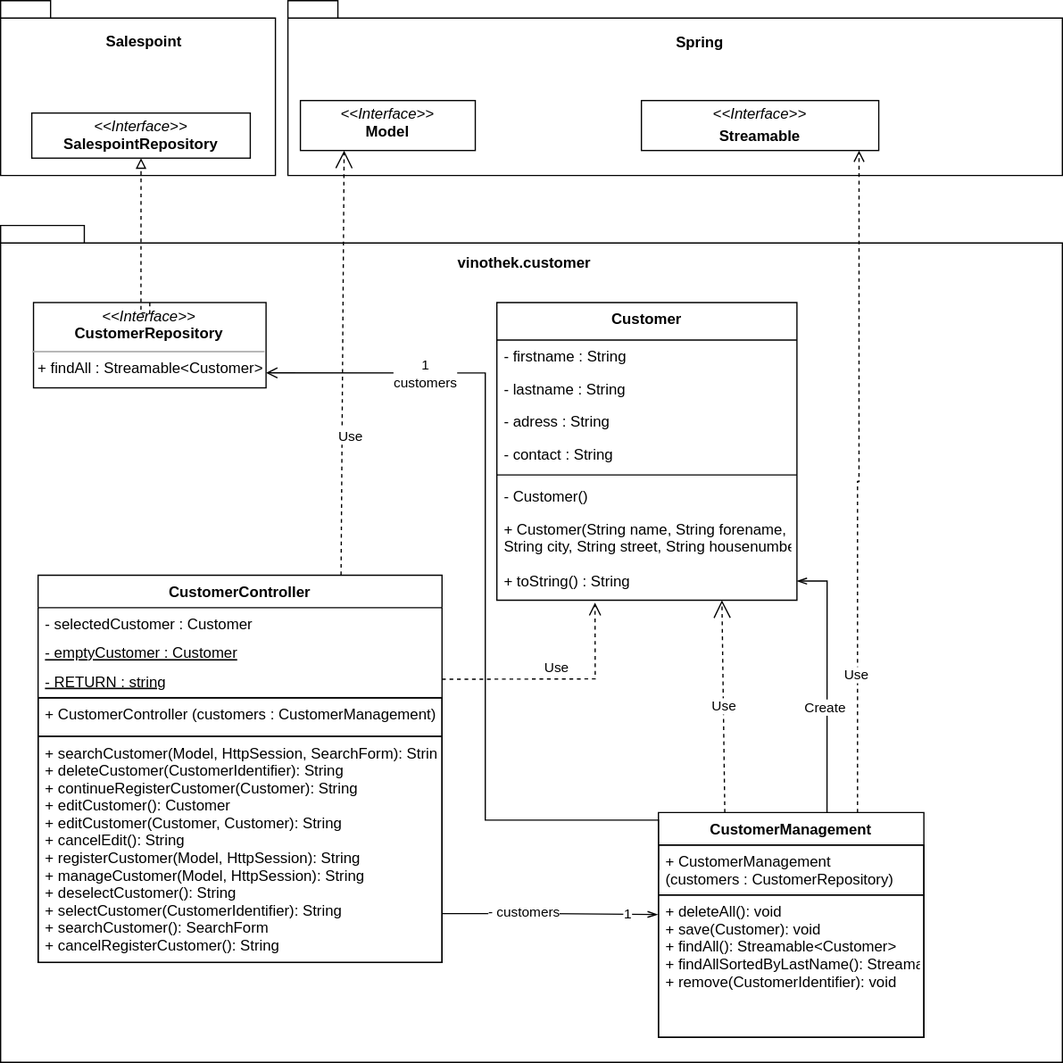
StarSkiller/Diagrams keeps this draw.io diagram as diagrams SWP/Klassendiagramm Customer.drawio.svg. Above is the earlier version. Source tidied: cells renumbered, new cells last; positions are measured from the earlier drawing's top-left corner, leaving out a move shared by most shapes.
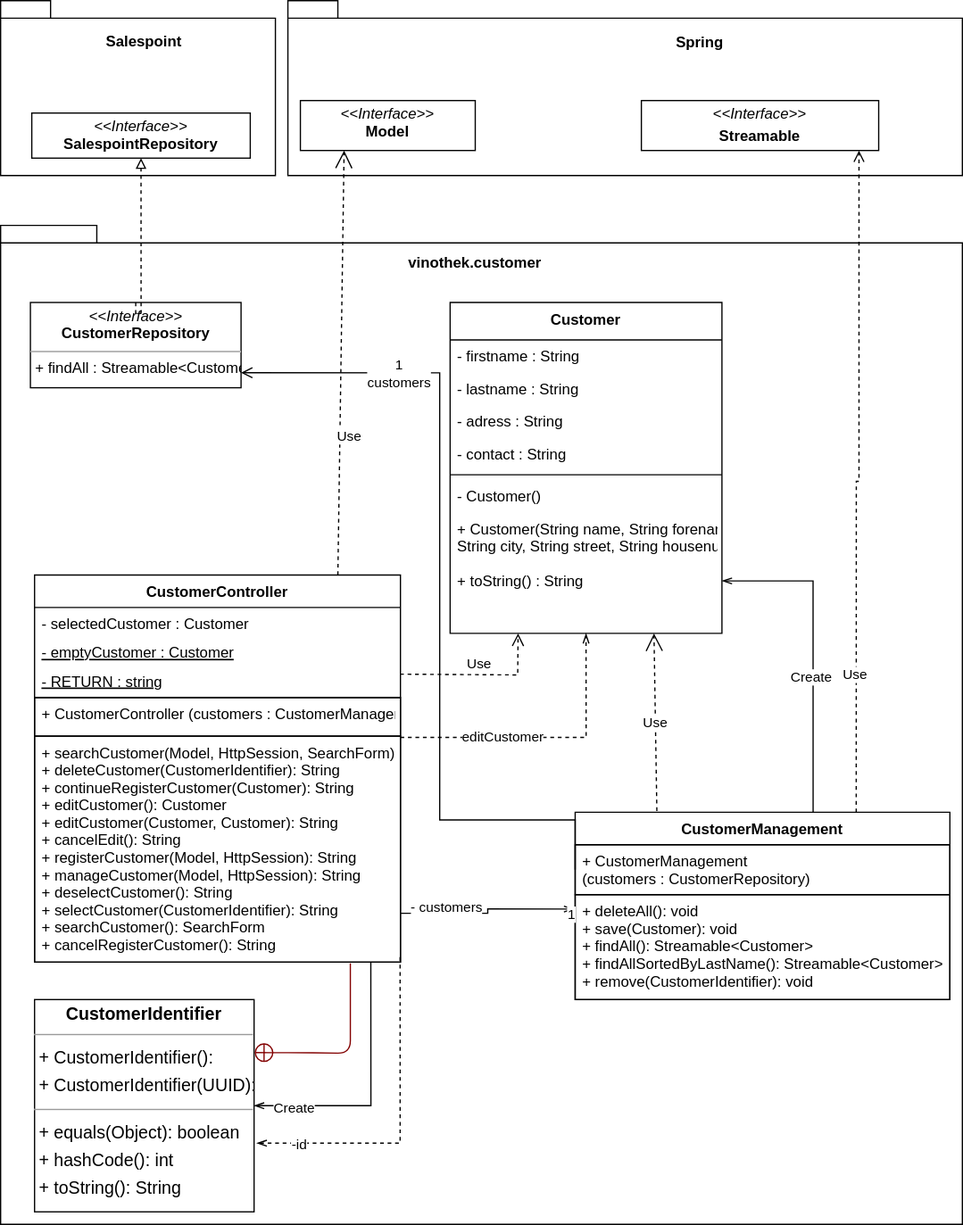
After the change.

What changed in the source:
```diff
@@ -3,7 +3,7 @@
     <mxCell id="0" />
     <mxCell id="1" parent="0" />
     <mxCell id="2" style="shape=folder;fontStyle=1;spacingTop=10;tabWidth=40;tabHeight=14;tabPosition=left;html=1;" parent="1" vertex="1">
-      <mxGeometry x="230" width="620" height="140" as="geometry" />
+      <mxGeometry x="230" width="540" height="140" as="geometry" />
     </mxCell>
     <mxCell id="3" style="shape=folder;fontStyle=1;spacingTop=10;tabWidth=40;tabHeight=14;tabPosition=left;html=1;" parent="1" vertex="1">
       <mxGeometry width="220" height="140" as="geometry" />
@@ -21,16 +21,16 @@
       <mxGeometry x="90.3" y="19.6" width="29.3" height="4.4" as="geometry" />
     </mxCell>
     <mxCell id="8" style="group;" parent="1" vertex="1">
-      <mxGeometry y="180" width="850" height="670" as="geometry" />
+      <mxGeometry y="180" width="770" height="800" as="geometry" />
     </mxCell>
     <mxCell id="9" style="shape=folder;fontStyle=1;spacingTop=10;tabWidth=40;tabHeight=14;tabPosition=left;html=1;" parent="8" vertex="1">
-      <mxGeometry width="850" height="670" as="geometry" />
+      <mxGeometry width="770" height="800" as="geometry" />
     </mxCell>
     <mxCell id="10" value="vinothek.customer" style="text;align=center;fontStyle=1;verticalAlign=middle;spacingLeft=3;spacingRight=3;strokeColor=none;" parent="8" vertex="1">
-      <mxGeometry x="386.1" y="17.6" width="66.7" height="22.9" as="geometry" />
+      <mxGeometry x="349.8" y="17.6" width="60.4" height="22.9" as="geometry" />
     </mxCell>
     <mxCell id="11" value="&lt;p style=&quot;margin:0px;margin-top:4px;text-align:center;&quot;&gt;&lt;i&gt;&amp;lt;&amp;lt;Interface&amp;gt;&amp;gt;&lt;/i&gt;&lt;br&gt;&lt;b&gt;CustomerRepository&lt;/b&gt;&lt;/p&gt;&lt;hr size=&quot;1&quot;&gt;&lt;p style=&quot;margin:0px;margin-left:4px;&quot;&gt;&lt;/p&gt;&lt;p style=&quot;margin:0px;margin-left:4px;&quot;&gt;+ findAll : Streamable&amp;lt;Customer&amp;gt;&lt;br&gt;&lt;/p&gt;" style="verticalAlign=top;align=left;overflow=fill;fontSize=12;fontFamily=Helvetica;html=1;" parent="8" vertex="1">
-      <mxGeometry x="26.3" y="61.7" width="186.2" height="68.3" as="geometry" />
+      <mxGeometry x="23.9" y="61.7" width="168.6" height="68.3" as="geometry" />
     </mxCell>
     <mxCell id="12" style="edgeStyle=orthogonalEdgeStyle;rounded=0;jettySize=auto;html=1;entryX=1;entryY=0.5;entryDx=0;entryDy=0;strokeColor=default;endArrow=openThin;endFill=0;exitX=0.635;exitY=0.009;exitDx=0;exitDy=0;exitPerimeter=0;" parent="8" edge="1" source="14" target="27">
       <mxGeometry relative="1" as="geometry" />
@@ -41,20 +41,20 @@
       </mxGeometry>
     </mxCell>
     <mxCell id="14" value="CustomerManagement" style="swimlane;fontStyle=1;align=center;verticalAlign=top;horizontal=1;startSize=26;rounded=0;shadow=0;strokeWidth=1;" parent="8" vertex="1">
-      <mxGeometry x="526.6" y="470" width="212.5" height="180" as="geometry" />
+      <mxGeometry x="460" y="470" width="300" height="150" as="geometry" />
     </mxCell>
     <mxCell id="15" value="+ CustomerManagement&#10;(customers : CustomerRepository)" style="text;align=left;verticalAlign=top;spacingLeft=4;spacingRight=4;overflow=hidden;points=[[0,0.5],[1,0.5]];portConstraint=eastwest;strokeColor=default;" parent="14" vertex="1">
-      <mxGeometry y="26" width="212.5" height="40" as="geometry" />
+      <mxGeometry y="26" width="300" height="40" as="geometry" />
     </mxCell>
     <mxCell id="16" value="+ deleteAll(): void&#10;+ save(Customer): void&#10;+ findAll(): Streamable&lt;Customer&gt;&#10;+ findAllSortedByLastName(): Streamable&lt;Customer&gt;&#10;+ remove(CustomerIdentifier): void&#10;" style="text;align=left;verticalAlign=top;spacingLeft=4;spacingRight=4;overflow=hidden;points=[[0,0.5],[1,0.5]];portConstraint=eastwest;strokeColor=default;" parent="14" vertex="1">
-      <mxGeometry y="66" width="212.5" height="114" as="geometry" />
+      <mxGeometry y="66" width="300" height="84" as="geometry" />
     </mxCell>
     <mxCell id="17" style="edgeStyle=orthogonalEdgeStyle;rounded=0;jettySize=auto;html=1;exitX=0;exitY=0.5;exitDx=0;exitDy=0;endArrow=open;endFill=0;endSize=7;" parent="8" edge="1" source="15">
       <mxGeometry relative="1" as="geometry">
-        <mxPoint x="212.5" y="118" as="targetPoint" />
+        <mxPoint x="192.5" y="118" as="targetPoint" />
         <Array as="points">
-          <mxPoint x="388" y="476" />
-          <mxPoint x="388" y="118" />
+          <mxPoint x="351.5" y="476" />
+          <mxPoint x="351.5" y="118" />
         </Array>
       </mxGeometry>
     </mxCell>
@@ -64,33 +64,33 @@
       </mxGeometry>
     </mxCell>
     <mxCell id="19" value="Customer" style="swimlane;fontStyle=1;align=center;verticalAlign=top;horizontal=1;startSize=30;rounded=0;shadow=0;strokeWidth=1;" parent="8" vertex="1">
-      <mxGeometry x="397.3" y="61.7" width="240.2" height="238.3" as="geometry" />
+      <mxGeometry x="359.9" y="61.7" width="217.6" height="265" as="geometry" />
     </mxCell>
     <mxCell id="20" value="- firstname : String" style="text;align=left;verticalAlign=top;spacingLeft=4;spacingRight=4;overflow=hidden;" parent="19" vertex="1">
-      <mxGeometry y="30" width="240.2" height="26" as="geometry" />
+      <mxGeometry y="30" width="217.6" height="26" as="geometry" />
     </mxCell>
     <mxCell id="21" value="- lastname : String" style="text;align=left;verticalAlign=top;spacingLeft=4;spacingRight=4;overflow=hidden;rounded=0;shadow=0;html=0;" parent="19" vertex="1">
-      <mxGeometry y="56" width="240.2" height="26" as="geometry" />
+      <mxGeometry y="56" width="217.6" height="26" as="geometry" />
     </mxCell>
     <mxCell id="22" value="- adress : String" style="text;align=left;verticalAlign=top;spacingLeft=4;spacingRight=4;overflow=hidden;rounded=0;shadow=0;html=0;" parent="19" vertex="1">
-      <mxGeometry y="82" width="240.2" height="26" as="geometry" />
+      <mxGeometry y="82" width="217.6" height="26" as="geometry" />
     </mxCell>
     <mxCell id="23" value="- contact : String" style="text;align=left;verticalAlign=top;spacingLeft=4;spacingRight=4;overflow=hidden;rounded=0;shadow=0;html=0;" parent="19" vertex="1">
-      <mxGeometry y="108" width="240.2" height="26" as="geometry" />
+      <mxGeometry y="108" width="217.6" height="26" as="geometry" />
     </mxCell>
     <mxCell id="24" style="line;html=1;strokeWidth=1;align=left;verticalAlign=middle;spacingTop=-1;spacingLeft=3;spacingRight=3;labelPosition=right;" parent="19" vertex="1">
-      <mxGeometry y="134" width="240.2" height="8" as="geometry" />
+      <mxGeometry y="134" width="217.6" height="8" as="geometry" />
     </mxCell>
     <mxCell id="25" value="- Customer()" style="text;align=left;verticalAlign=top;spacingLeft=4;spacingRight=4;overflow=hidden;rounded=0;shadow=0;html=0;" parent="19" vertex="1">
-      <mxGeometry y="142" width="240.2" height="26" as="geometry" />
+      <mxGeometry y="142" width="217.6" height="26" as="geometry" />
     </mxCell>
     <mxCell id="26" value="+ Customer(String name, String forename, &#10;String city, String street, String housenumber)" style="text;align=left;verticalAlign=top;spacingLeft=4;spacingRight=4;overflow=hidden;" parent="19" vertex="1">
-      <mxGeometry y="168" width="240.2" height="42" as="geometry" />
+      <mxGeometry y="168" width="217.6" height="42" as="geometry" />
     </mxCell>
     <mxCell id="27" value="+ toString() : String" style="text;align=left;verticalAlign=top;spacingLeft=4;spacingRight=4;overflow=hidden;points=[[0,0.5],[1,0.5]];portConstraint=eastwest;rounded=0;shadow=0;html=0;" parent="19" vertex="1">
-      <mxGeometry y="210" width="240.2" height="26" as="geometry" />
+      <mxGeometry y="210" width="217.6" height="26" as="geometry" />
     </mxCell>
-    <mxCell id="28" value="Use" style="endArrow=open;endSize=12;dashed=1;html=1;rounded=0;exitX=0.25;exitY=0;exitDx=0;exitDy=0;entryX=0.75;entryY=1;entryDx=0;entryDy=0;" parent="8" edge="1" source="14" target="19">
+    <mxCell id="28" value="Use" style="endArrow=open;endSize=12;dashed=1;html=1;rounded=0;exitX=0.218;exitY=-0.007;exitDx=0;exitDy=0;entryX=0.75;entryY=1;entryDx=0;entryDy=0;exitPerimeter=0;" parent="8" edge="1" source="14" target="19">
       <mxGeometry relative="1" as="geometry" />
     </mxCell>
     <mxCell id="29" style="edgeStyle=orthogonalEdgeStyle;rounded=0;jettySize=auto;html=1;exitX=1;exitY=0.784;exitDx=0;exitDy=0;entryX=-0.003;entryY=0.137;entryDx=0;entryDy=0;strokeColor=default;endArrow=openThin;endFill=0;exitPerimeter=0;entryPerimeter=0;" parent="8" edge="1" source="38" target="16">
@@ -107,36 +107,81 @@
       </mxGeometry>
     </mxCell>
     <mxCell id="32" style="group;" parent="8" vertex="1">
-      <mxGeometry x="30" y="280" width="323.4" height="310" as="geometry" />
+      <mxGeometry x="27.2" y="280" width="292.9" height="310" as="geometry" />
     </mxCell>
     <mxCell id="33" value="CustomerController" style="swimlane;fontStyle=1;align=center;verticalAlign=top;horizontal=1;startSize=26;rounded=0;shadow=0;strokeWidth=1;" parent="32" vertex="1">
-      <mxGeometry width="323.4" height="310" as="geometry" />
+      <mxGeometry width="292.9" height="310" as="geometry" />
     </mxCell>
     <mxCell id="34" value="- selectedCustomer : Customer" style="text;align=left;verticalAlign=top;spacingLeft=4;spacingRight=4;overflow=hidden;rounded=0;shadow=0;html=0;" parent="33" vertex="1">
-      <mxGeometry y="26" width="323.4" height="22.9" as="geometry" />
+      <mxGeometry y="26" width="292.9" height="22.9" as="geometry" />
     </mxCell>
     <mxCell id="35" value="- emptyCustomer : Customer" style="text;align=left;verticalAlign=top;spacingLeft=4;spacingRight=4;overflow=hidden;rounded=0;shadow=0;html=0;fontStyle=4;" parent="33" vertex="1">
-      <mxGeometry y="48.9" width="323.4" height="22.9" as="geometry" />
+      <mxGeometry y="48.9" width="292.9" height="22.9" as="geometry" />
     </mxCell>
     <mxCell id="36" value="- RETURN : string" style="text;align=left;verticalAlign=top;spacingLeft=4;spacingRight=4;overflow=hidden;points=[[0,0.5],[1,0.5]];portConstraint=eastwest;rounded=0;shadow=0;html=0;fontStyle=4;" parent="33" vertex="1">
-      <mxGeometry y="71.8" width="323.4" height="22.9" as="geometry" />
+      <mxGeometry y="71.8" width="292.9" height="22.9" as="geometry" />
     </mxCell>
     <mxCell id="37" style="line;html=1;strokeWidth=1;align=left;verticalAlign=middle;spacingTop=-1;spacingLeft=3;spacingRight=3;labelPosition=right;" parent="33" vertex="1">
-      <mxGeometry y="94.8" width="323.4" height="7.1" as="geometry" />
+      <mxGeometry y="94.8" width="292.9" height="7.1" as="geometry" />
     </mxCell>
     <mxCell id="38" value="+ searchCustomer(Model, HttpSession, SearchForm): String&#10;+ deleteCustomer(CustomerIdentifier): String&#10;+ continueRegisterCustomer(Customer): String&#10;+ editCustomer(): Customer&#10;+ editCustomer(Customer, Customer): String&#10;+ cancelEdit(): String&#10;+ registerCustomer(Model, HttpSession): String&#10;+ manageCustomer(Model, HttpSession): String&#10;+ deselectCustomer(): String&#10;+ selectCustomer(CustomerIdentifier): String&#10;+ searchCustomer(): SearchForm&#10;+ cancelRegisterCustomer(): String" style="text;align=left;verticalAlign=top;spacingLeft=4;spacingRight=4;overflow=hidden;points=[[0,0.5],[1,0.5]];portConstraint=eastwest;rounded=0;shadow=0;html=0;strokeColor=default;" parent="32" vertex="1">
-      <mxGeometry y="129" width="323.4" height="181" as="geometry" />
+      <mxGeometry y="129" width="292.9" height="181" as="geometry" />
     </mxCell>
     <mxCell id="39" value="+ CustomerController (customers : CustomerManagement)" style="text;align=left;verticalAlign=top;spacingLeft=4;spacingRight=4;overflow=hidden;fontStyle=0;strokeColor=default;" parent="32" vertex="1">
-      <mxGeometry y="98" width="323.4" height="31" as="geometry" />
+      <mxGeometry y="98" width="292.9" height="31" as="geometry" />
     </mxCell>
-    <mxCell id="40" value="Use" style="html=1;verticalAlign=bottom;endArrow=open;dashed=1;endSize=8;rounded=0;strokeColor=default;entryX=0.327;entryY=1.167;entryDx=0;entryDy=0;entryPerimeter=0;exitX=1;exitY=0.5;exitDx=0;exitDy=0;" parent="8" edge="1" source="36" target="27">
+    <mxCell id="40" value="Use" style="html=1;verticalAlign=bottom;endArrow=open;dashed=1;endSize=8;rounded=0;strokeColor=default;exitX=0.999;exitY=0.329;exitDx=0;exitDy=0;entryX=0.25;entryY=1;entryDx=0;entryDy=0;exitPerimeter=0;" parent="8" edge="1" source="36" target="19">
       <mxGeometry relative="1" as="geometry">
         <Array as="points">
-          <mxPoint x="476" y="363" />
+          <mxPoint x="414" y="360" />
         </Array>
       </mxGeometry>
     </mxCell>
+    <mxCell id="48" value="&lt;p style=&quot;margin:0px;margin-top:4px;text-align:center;&quot;&gt;&lt;b&gt;CustomerIdentifier&lt;/b&gt;&lt;/p&gt;&lt;hr size=&quot;1&quot;/&gt;&lt;p style=&quot;margin:0 0 0 4px;line-height:1.6;&quot;&gt;+ CustomerIdentifier(): &lt;br/&gt;+ CustomerIdentifier(UUID): &lt;/p&gt;&lt;hr size=&quot;1&quot;/&gt;&lt;p style=&quot;margin:0 0 0 4px;line-height:1.6;&quot;&gt;+ equals(Object): boolean&lt;br/&gt;+ hashCode(): int&lt;br/&gt;+ toString(): String&lt;/p&gt;" style="verticalAlign=top;align=left;overflow=fill;fontSize=14;fontFamily=Helvetica;html=1;rounded=0;shadow=0;comic=0;labelBackgroundColor=none;strokeWidth=1;" parent="8" vertex="1">
+      <mxGeometry x="27.2" y="620" width="175.7" height="170" as="geometry" />
+    </mxCell>
+    <mxCell id="49" style="html=1;rounded=1;edgeStyle=orthogonalEdgeStyle;dashed=0;startArrow=circlePlus;startFill=0;endArrow=none;strokeColor=#820000;exitX=1;exitY=0.25;exitDx=0;exitDy=0;" parent="8" edge="1" source="48">
+      <mxGeometry relative="1" as="geometry">
+        <mxPoint x="280" y="591" as="targetPoint" />
+        <Array as="points">
+          <mxPoint x="240" y="663" />
+          <mxPoint x="280" y="663" />
+        </Array>
+      </mxGeometry>
+    </mxCell>
+    <mxCell id="50" style="edgeStyle=orthogonalEdgeStyle;rounded=0;jettySize=auto;html=1;entryX=1;entryY=0.5;entryDx=0;entryDy=0;strokeColor=default;endArrow=openThin;endFill=0;exitX=0.919;exitY=1.003;exitDx=0;exitDy=0;exitPerimeter=0;" parent="8" edge="1" source="38" target="48">
+      <mxGeometry relative="1" as="geometry">
+        <Array as="points">
+          <mxPoint x="296" y="705" />
+        </Array>
+      </mxGeometry>
+    </mxCell>
+    <mxCell id="51" value="Create" style="edgeLabel;html=1;align=center;verticalAlign=middle;" parent="50" vertex="1">
+      <mxGeometry x="0.7" y="1" relative="1" as="geometry" />
+    </mxCell>
+    <mxCell id="52" style="edgeStyle=orthogonalEdgeStyle;rounded=0;jettySize=auto;html=1;exitX=0.999;exitY=0.978;exitDx=0;exitDy=0;entryX=1.012;entryY=0.675;entryDx=0;entryDy=0;strokeColor=default;endArrow=openThin;endFill=0;exitPerimeter=0;entryPerimeter=0;dashed=1;" parent="8" edge="1" source="38" target="48">
+      <mxGeometry relative="1" as="geometry">
+        <Array as="points">
+          <mxPoint x="320" y="735" />
+          <mxPoint x="205" y="735" />
+        </Array>
+      </mxGeometry>
+    </mxCell>
+    <mxCell id="53" value="-id" style="edgeLabel;html=1;align=center;verticalAlign=middle;" parent="52" vertex="1">
+      <mxGeometry x="0.74" relative="1" as="geometry" />
+    </mxCell>
+    <mxCell id="54" style="edgeStyle=orthogonalEdgeStyle;rounded=0;jettySize=auto;html=1;entryX=0.5;entryY=1;entryDx=0;entryDy=0;dashed=1;strokeColor=default;endArrow=openThin;endFill=0;" parent="8" edge="1" source="38" target="19">
+      <mxGeometry relative="1" as="geometry">
+        <Array as="points">
+          <mxPoint x="469" y="410" />
+        </Array>
+      </mxGeometry>
+    </mxCell>
+    <mxCell id="55" value="editCustomer" style="edgeLabel;html=1;align=center;verticalAlign=middle;" parent="54" vertex="1">
+      <mxGeometry x="-0.66" y="-1" relative="1" as="geometry">
+        <mxPoint x="41" y="-2" as="offset" />
+      </mxGeometry>
+    </mxCell>
     <mxCell id="41" value="Spring" style="text;align=center;fontStyle=1;verticalAlign=middle;spacingLeft=3;spacingRight=3;strokeColor=none;" parent="1" vertex="1">
       <mxGeometry x="520" y="20" width="80" height="26" as="geometry" />
     </mxCell>
@@ -159,8 +204,10 @@
     <mxCell id="46" value="Use" style="edgeLabel;html=1;align=center;verticalAlign=middle;" parent="45" vertex="1">
       <mxGeometry x="-0.59" y="2" relative="1" as="geometry" />
     </mxCell>
-    <mxCell id="47" value="Use" style="endArrow=open;endSize=12;dashed=1;html=1;rounded=0;exitX=0.75;exitY=0;exitDx=0;exitDy=0;entryX=0.25;entryY=1;entryDx=0;entryDy=0;" parent="1" edge="1" source="33" target="43">
-      <mxGeometry x="-0.35" y="-7" relative="1" as="geometry" />
+    <mxCell id="47" value="Use" style="endArrow=open;endSize=12;dashed=1;html=1;rounded=0;entryX=0.25;entryY=1;entryDx=0;entryDy=0;" parent="1" edge="1" target="43">
+      <mxGeometry x="-0.35" y="-7" relative="1" as="geometry">
+        <mxPoint x="270" y="460" as="sourcePoint" />
+      </mxGeometry>
     </mxCell>
   </root>
 </mxGraphModel>
```
